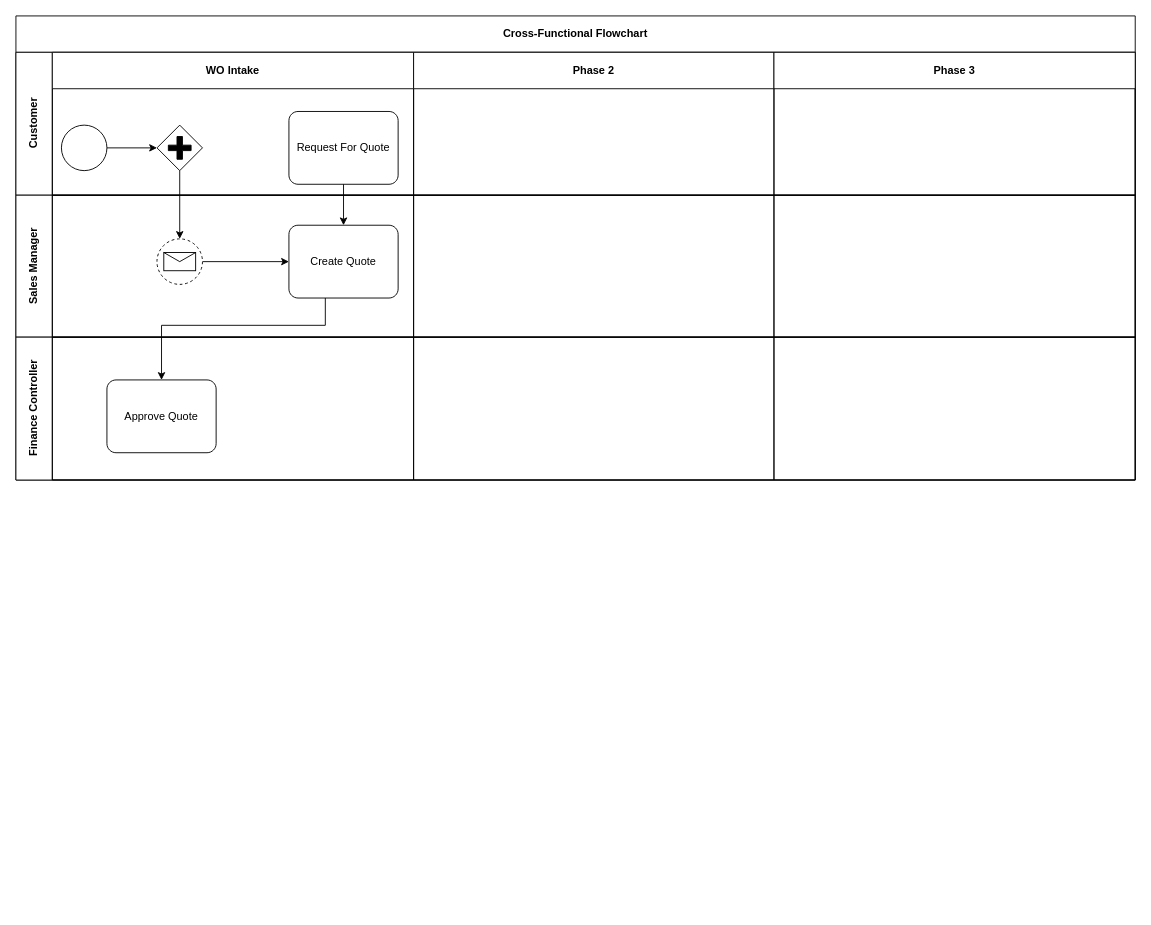
Before: business-process/work-order-2-invoice.drawio in lmnaslimited/vjl, a draw.io diagram. Source tidied: cells renumbered, new cells numbered last; positions are measured from the earlier drawing's top-left corner, leaving out a move shared by most shapes. Both pictures are drawn from the tidied source at 91%, with x=0, y=0 at pixel (15, 15).
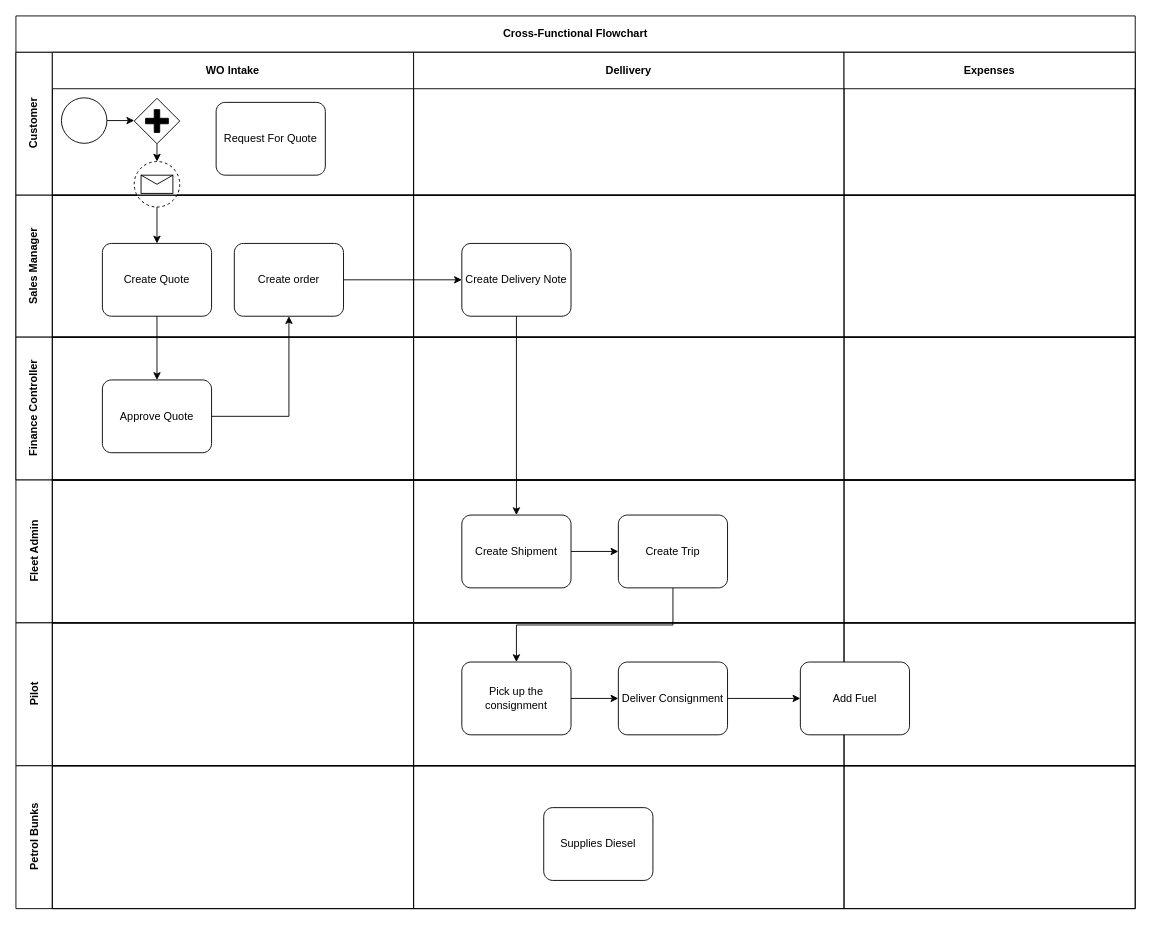
After the change.

Unchanged cells that the change refers to:
```xml
<mxCell id="2" value="Cross-Functional Flowchart" style="shape=table;childLayout=tableLayout;rowLines=0;columnLines=0;startSize=40;html=1;whiteSpace=wrap;fontStyle=1;align=center;" parent="1" vertex="1">
  <mxGeometry width="1230" height="510" as="geometry" />
</mxCell>
<mxCell id="3" value="Customer" style="swimlane;horizontal=0;startSize=40;html=1;whiteSpace=wrap;fontStyle=1;" parent="2" vertex="1">
  <mxGeometry y="40" width="1230" height="157" as="geometry" />
</mxCell>
<mxCell id="4" value="WO Intake" style="swimlane;startSize=40;html=1;whiteSpace=wrap;" parent="3" vertex="1">
  <mxGeometry x="40" width="397" height="157" as="geometry" />
</mxCell>
<mxCell id="11" value="Sales Manager" style="swimlane;horizontal=0;startSize=40;html=1;whiteSpace=wrap;" parent="2" vertex="1">
  <mxGeometry y="197" width="1230" height="156" as="geometry" />
</mxCell>
<mxCell id="12" style="swimlane;startSize=0;html=1;whiteSpace=wrap;" parent="11" vertex="1">
  <mxGeometry x="40" width="397" height="156" as="geometry" />
</mxCell>
<mxCell id="18" value="Finance Controller" style="swimlane;horizontal=0;startSize=40;html=1;whiteSpace=wrap;" parent="2" vertex="1">
  <mxGeometry y="353" width="1230" height="157" as="geometry" />
</mxCell>
<mxCell id="19" style="swimlane;startSize=0;html=1;whiteSpace=wrap;" parent="18" vertex="1">
  <mxGeometry x="40" width="397" height="157" as="geometry" />
</mxCell>
```

The edit, as a diff of the source:
```diff
@@
     <mxCell id="6" style="points=[[0.145,0.145,0],[0.5,0,0],[0.855,0.145,0],[1,0.5,0],[0.855,0.855,0],[0.5,1,0],[0.145,0.855,0],[0,0.5,0]];shape=mxgraph.bpmn.event;html=1;verticalLabelPosition=bottom;labelBackgroundColor=#ffffff;verticalAlign=top;align=center;perimeter=ellipsePerimeter;outlineConnect=0;outline=standard;symbol=general;" parent="4" vertex="1">
-      <mxGeometry x="10" y="80" width="50" height="50" as="geometry" />
+      <mxGeometry x="10" y="50" width="50" height="50" as="geometry" />
     </mxCell>
     <mxCell id="7" style="points=[[0.25,0.25,0],[0.5,0,0],[0.75,0.25,0],[1,0.5,0],[0.75,0.75,0],[0.5,1,0],[0.25,0.75,0],[0,0.5,0]];shape=mxgraph.bpmn.gateway2;html=1;verticalLabelPosition=bottom;labelBackgroundColor=#ffffff;verticalAlign=top;align=center;perimeter=rhombusPerimeter;outlineConnect=0;outline=none;symbol=none;gwType=parallel;" parent="4" vertex="1">
-      <mxGeometry x="115" y="80" width="50" height="50" as="geometry" />
+      <mxGeometry x="90" y="50.5" width="50" height="50" as="geometry" />
     </mxCell>
     <mxCell id="8" value="Request For Quote" style="points=[[0.25,0,0],[0.5,0,0],[0.75,0,0],[1,0.25,0],[1,0.5,0],[1,0.75,0],[0.75,1,0],[0.5,1,0],[0.25,1,0],[0,0.75,0],[0,0.5,0],[0,0.25,0]];shape=mxgraph.bpmn.task;whiteSpace=wrap;rectStyle=rounded;size=10;taskMarker=abstract;" parent="4" vertex="1">
-      <mxGeometry x="260" y="65" width="120" height="80" as="geometry" />
+      <mxGeometry x="180" y="55" width="120" height="80" as="geometry" />
     </mxCell>
+    <mxCell id="14" style="points=[[0.145,0.145,0],[0.5,0,0],[0.855,0.145,0],[1,0.5,0],[0.855,0.855,0],[0.5,1,0],[0.145,0.855,0],[0,0.5,0]];shape=mxgraph.bpmn.event;html=1;verticalLabelPosition=bottom;labelBackgroundColor=#ffffff;verticalAlign=top;align=center;perimeter=ellipsePerimeter;outlineConnect=0;outline=eventNonint;symbol=message;" parent="4" vertex="1">
+      <mxGeometry x="90" y="120" width="50" height="50" as="geometry" />
+    </mxCell>
+    <mxCell id="23" style="edgeStyle=orthogonalEdgeStyle;rounded=0;jettySize=auto;html=1;exitX=0.5;exitY=1;exitDx=0;exitDy=0;exitPerimeter=0;entryX=0.5;entryY=0;entryDx=0;entryDy=0;entryPerimeter=0;" parent="4" edge="1" source="7" target="14">
+      <mxGeometry relative="1" as="geometry" />
+    </mxCell>
-    <mxCell id="9" value="Phase 2" style="swimlane;startSize=40;html=1;whiteSpace=wrap;" parent="3" vertex="1">
-      <mxGeometry x="437" width="396" height="157" as="geometry" />
+    <mxCell id="9" value="Dellivery" style="swimlane;startSize=40;html=1;whiteSpace=wrap;" parent="3" vertex="1">
+      <mxGeometry x="437" width="473" height="157" as="geometry" />
     </mxCell>
-    <mxCell id="10" value="Phase 3" style="swimlane;startSize=40;html=1;whiteSpace=wrap;" parent="3" vertex="1">
-      <mxGeometry x="833" width="397" height="157" as="geometry" />
+    <mxCell id="10" value="Expenses" style="swimlane;startSize=40;html=1;whiteSpace=wrap;" parent="3" vertex="1">
+      <mxGeometry x="910" width="320" height="157" as="geometry" />
     </mxCell>
@@
-    <mxCell id="13" style="edgeStyle=orthogonalEdgeStyle;rounded=0;jettySize=auto;html=1;exitX=1;exitY=0.5;exitDx=0;exitDy=0;exitPerimeter=0;" parent="12" edge="1" source="14" target="15">
-      <mxGeometry relative="1" as="geometry" />
-    </mxCell>
-    <mxCell id="14" style="points=[[0.145,0.145,0],[0.5,0,0],[0.855,0.145,0],[1,0.5,0],[0.855,0.855,0],[0.5,1,0],[0.145,0.855,0],[0,0.5,0]];shape=mxgraph.bpmn.event;html=1;verticalLabelPosition=bottom;labelBackgroundColor=#ffffff;verticalAlign=top;align=center;perimeter=ellipsePerimeter;outlineConnect=0;outline=eventNonint;symbol=message;" parent="12" vertex="1">
-      <mxGeometry x="115" y="48" width="50" height="50" as="geometry" />
-    </mxCell>
     <mxCell id="15" value="Create Quote" style="points=[[0.25,0,0],[0.5,0,0],[0.75,0,0],[1,0.25,0],[1,0.5,0],[1,0.75,0],[0.75,1,0],[0.5,1,0],[0.25,1,0],[0,0.75,0],[0,0.5,0],[0,0.25,0]];shape=mxgraph.bpmn.task;whiteSpace=wrap;rectStyle=rounded;size=10;taskMarker=abstract;" parent="12" vertex="1">
-      <mxGeometry x="260" y="33" width="120" height="80" as="geometry" />
+      <mxGeometry x="55" y="53" width="120" height="80" as="geometry" />
     </mxCell>
+    <mxCell id="26" value="Create order" style="points=[[0.25,0,0],[0.5,0,0],[0.75,0,0],[1,0.25,0],[1,0.5,0],[1,0.75,0],[0.75,1,0],[0.5,1,0],[0.25,1,0],[0,0.75,0],[0,0.5,0],[0,0.25,0]];shape=mxgraph.bpmn.task;whiteSpace=wrap;rectStyle=rounded;size=10;taskMarker=abstract;" parent="12" vertex="1">
+      <mxGeometry x="200" y="53" width="120" height="80" as="geometry" />
+    </mxCell>
     <mxCell id="16" style="swimlane;startSize=0;html=1;whiteSpace=wrap;" parent="11" vertex="1">
-      <mxGeometry x="437" width="396" height="156" as="geometry" />
+      <mxGeometry x="437" width="473" height="156" as="geometry" />
     </mxCell>
+    <mxCell id="27" value="Create Delivery Note" style="points=[[0.25,0,0],[0.5,0,0],[0.75,0,0],[1,0.25,0],[1,0.5,0],[1,0.75,0],[0.75,1,0],[0.5,1,0],[0.25,1,0],[0,0.75,0],[0,0.5,0],[0,0.25,0]];shape=mxgraph.bpmn.task;whiteSpace=wrap;rectStyle=rounded;size=10;taskMarker=abstract;" parent="16" vertex="1">
+      <mxGeometry x="53" y="53" width="120" height="80" as="geometry" />
+    </mxCell>
     <mxCell id="17" style="swimlane;startSize=0;html=1;whiteSpace=wrap;" parent="11" vertex="1">
-      <mxGeometry x="833" width="397" height="156" as="geometry" />
+      <mxGeometry x="910" width="320" height="156" as="geometry" />
     </mxCell>
+    <mxCell id="28" style="edgeStyle=orthogonalEdgeStyle;rounded=0;jettySize=auto;html=1;" parent="11" edge="1" source="26" target="27">
+      <mxGeometry relative="1" as="geometry" />
+    </mxCell>
@@
     <mxCell id="20" value="Approve Quote" style="points=[[0.25,0,0],[0.5,0,0],[0.75,0,0],[1,0.25,0],[1,0.5,0],[1,0.75,0],[0.75,1,0],[0.5,1,0],[0.25,1,0],[0,0.75,0],[0,0.5,0],[0,0.25,0]];shape=mxgraph.bpmn.task;whiteSpace=wrap;rectStyle=rounded;size=10;taskMarker=abstract;" parent="19" vertex="1">
-      <mxGeometry x="60" y="47" width="120" height="80" as="geometry" />
+      <mxGeometry x="55" y="47" width="120" height="80" as="geometry" />
     </mxCell>
     <mxCell id="21" style="swimlane;startSize=0;html=1;whiteSpace=wrap;" parent="18" vertex="1">
-      <mxGeometry x="437" width="396" height="157" as="geometry" />
+      <mxGeometry x="437" width="473" height="157" as="geometry" />
     </mxCell>
     <mxCell id="22" style="swimlane;startSize=0;html=1;whiteSpace=wrap;" parent="18" vertex="1">
-      <mxGeometry x="833" width="397" height="157" as="geometry" />
+      <mxGeometry x="910" width="320" height="157" as="geometry" />
     </mxCell>
-    <mxCell id="23" style="edgeStyle=orthogonalEdgeStyle;rounded=0;jettySize=auto;html=1;exitX=0.5;exitY=1;exitDx=0;exitDy=0;exitPerimeter=0;entryX=0.5;entryY=0;entryDx=0;entryDy=0;entryPerimeter=0;" parent="2" edge="1" source="7" target="14">
-      <mxGeometry relative="1" as="geometry" />
-    </mxCell>
-    <mxCell id="24" style="edgeStyle=orthogonalEdgeStyle;rounded=0;jettySize=auto;html=1;" parent="2" edge="1" source="8" target="15">
-      <mxGeometry relative="1" as="geometry" />
-    </mxCell>
+    <mxCell id="29" style="edgeStyle=orthogonalEdgeStyle;rounded=0;jettySize=auto;html=1;" parent="2" edge="1" source="20" target="26">
+      <mxGeometry relative="1" as="geometry" />
+    </mxCell>
-    <mxCell id="25" style="edgeStyle=orthogonalEdgeStyle;rounded=0;jettySize=auto;html=1;" parent="2" edge="1" source="15" target="20">
-      <mxGeometry relative="1" as="geometry">
-        <Array as="points">
-          <mxPoint x="340" y="340" />
-          <mxPoint x="160" y="340" />
-        </Array>
-      </mxGeometry>
+    <mxCell id="25" style="edgeStyle=orthogonalEdgeStyle;rounded=0;jettySize=auto;html=1;exitX=0.5;exitY=1;exitDx=0;exitDy=0;exitPerimeter=0;entryX=0.5;entryY=0;entryDx=0;entryDy=0;entryPerimeter=0;" parent="2" edge="1" source="15" target="20">
+      <mxGeometry relative="1" as="geometry" />
     </mxCell>
+    <mxCell id="13" style="edgeStyle=orthogonalEdgeStyle;rounded=0;jettySize=auto;html=1;exitX=0.5;exitY=1;exitDx=0;exitDy=0;exitPerimeter=0;entryX=0.5;entryY=0;entryDx=0;entryDy=0;entryPerimeter=0;" parent="2" edge="1" source="14" target="15">
+      <mxGeometry relative="1" as="geometry" />
+    </mxCell>
+    <mxCell id="30" value="Fleet Admin" style="swimlane;horizontal=0;startSize=40;html=1;whiteSpace=wrap;" parent="1" vertex="1">
+      <mxGeometry y="510" width="1230" height="157" as="geometry" />
+    </mxCell>
+    <mxCell id="31" style="swimlane;startSize=0;html=1;whiteSpace=wrap;" parent="30" vertex="1">
+      <mxGeometry x="40" width="397" height="157" as="geometry" />
+    </mxCell>
+    <mxCell id="32" style="swimlane;startSize=0;html=1;whiteSpace=wrap;" parent="30" vertex="1">
+      <mxGeometry x="437" width="473" height="157" as="geometry" />
+    </mxCell>
+    <mxCell id="33" value="Create Shipment" style="points=[[0.25,0,0],[0.5,0,0],[0.75,0,0],[1,0.25,0],[1,0.5,0],[1,0.75,0],[0.75,1,0],[0.5,1,0],[0.25,1,0],[0,0.75,0],[0,0.5,0],[0,0.25,0]];shape=mxgraph.bpmn.task;whiteSpace=wrap;rectStyle=rounded;size=10;taskMarker=abstract;" parent="32" vertex="1">
+      <mxGeometry x="53" y="38.5" width="120" height="80" as="geometry" />
+    </mxCell>
+    <mxCell id="34" style="swimlane;startSize=0;html=1;whiteSpace=wrap;" parent="30" vertex="1">
+      <mxGeometry x="910" width="320" height="157" as="geometry" />
+    </mxCell>
+    <mxCell id="35" style="edgeStyle=orthogonalEdgeStyle;rounded=0;jettySize=auto;html=1;exitX=0.5;exitY=1;exitDx=0;exitDy=0;exitPerimeter=0;entryX=0.5;entryY=0;entryDx=0;entryDy=0;entryPerimeter=0;" parent="1" edge="1" source="27" target="33">
+      <mxGeometry relative="1" as="geometry" />
+    </mxCell>
+    <mxCell id="36" style="edgeStyle=orthogonalEdgeStyle;rounded=0;jettySize=auto;html=1;exitX=0.5;exitY=1;exitDx=0;exitDy=0;exitPerimeter=0;entryX=0.5;entryY=0;entryDx=0;entryDy=0;entryPerimeter=0;" parent="1" edge="1" source="37" target="42">
+      <mxGeometry relative="1" as="geometry" />
+    </mxCell>
+    <mxCell id="37" value="Create Trip" style="points=[[0.25,0,0],[0.5,0,0],[0.75,0,0],[1,0.25,0],[1,0.5,0],[1,0.75,0],[0.75,1,0],[0.5,1,0],[0.25,1,0],[0,0.75,0],[0,0.5,0],[0,0.25,0]];shape=mxgraph.bpmn.task;whiteSpace=wrap;rectStyle=rounded;size=10;taskMarker=abstract;" parent="1" vertex="1">
+      <mxGeometry x="662" y="548.5" width="120" height="80" as="geometry" />
+    </mxCell>
+    <mxCell id="38" style="edgeStyle=orthogonalEdgeStyle;rounded=0;jettySize=auto;html=1;" parent="1" edge="1" source="33" target="37">
+      <mxGeometry relative="1" as="geometry" />
+    </mxCell>
+    <mxCell id="39" value="Pilot" style="swimlane;horizontal=0;startSize=40;html=1;whiteSpace=wrap;" parent="1" vertex="1">
+      <mxGeometry y="667" width="1230" height="157" as="geometry" />
+    </mxCell>
+    <mxCell id="40" style="swimlane;startSize=0;html=1;whiteSpace=wrap;" parent="39" vertex="1">
+      <mxGeometry x="40" width="397" height="157" as="geometry" />
+    </mxCell>
+    <mxCell id="41" style="swimlane;startSize=0;html=1;whiteSpace=wrap;" parent="39" vertex="1">
+      <mxGeometry x="437" width="473" height="157" as="geometry" />
+    </mxCell>
+    <mxCell id="42" value="Pick up the consignment" style="points=[[0.25,0,0],[0.5,0,0],[0.75,0,0],[1,0.25,0],[1,0.5,0],[1,0.75,0],[0.75,1,0],[0.5,1,0],[0.25,1,0],[0,0.75,0],[0,0.5,0],[0,0.25,0]];shape=mxgraph.bpmn.task;whiteSpace=wrap;rectStyle=rounded;size=10;taskMarker=abstract;" parent="41" vertex="1">
+      <mxGeometry x="53" y="43" width="120" height="80" as="geometry" />
+    </mxCell>
+    <mxCell id="43" style="swimlane;startSize=0;html=1;whiteSpace=wrap;" parent="39" vertex="1">
+      <mxGeometry x="910" width="320" height="157" as="geometry" />
+    </mxCell>
+    <mxCell id="44" style="edgeStyle=orthogonalEdgeStyle;rounded=0;jettySize=auto;html=1;" parent="1" edge="1" source="45" target="47">
+      <mxGeometry relative="1" as="geometry" />
+    </mxCell>
+    <mxCell id="45" value="Deliver Consignment" style="points=[[0.25,0,0],[0.5,0,0],[0.75,0,0],[1,0.25,0],[1,0.5,0],[1,0.75,0],[0.75,1,0],[0.5,1,0],[0.25,1,0],[0,0.75,0],[0,0.5,0],[0,0.25,0]];shape=mxgraph.bpmn.task;whiteSpace=wrap;rectStyle=rounded;size=10;taskMarker=abstract;" parent="1" vertex="1">
+      <mxGeometry x="662" y="710" width="120" height="80" as="geometry" />
+    </mxCell>
+    <mxCell id="46" style="edgeStyle=orthogonalEdgeStyle;rounded=0;jettySize=auto;html=1;" parent="1" edge="1" source="42" target="45">
+      <mxGeometry relative="1" as="geometry" />
+    </mxCell>
+    <mxCell id="47" value="Add Fuel" style="points=[[0.25,0,0],[0.5,0,0],[0.75,0,0],[1,0.25,0],[1,0.5,0],[1,0.75,0],[0.75,1,0],[0.5,1,0],[0.25,1,0],[0,0.75,0],[0,0.5,0],[0,0.25,0]];shape=mxgraph.bpmn.task;whiteSpace=wrap;rectStyle=rounded;size=10;taskMarker=abstract;" parent="1" vertex="1">
+      <mxGeometry x="862" y="710" width="120" height="80" as="geometry" />
+    </mxCell>
+    <mxCell id="48" value="Petrol Bunks" style="swimlane;horizontal=0;startSize=40;html=1;whiteSpace=wrap;" parent="1" vertex="1">
+      <mxGeometry y="824" width="1230" height="157" as="geometry" />
+    </mxCell>
+    <mxCell id="49" style="swimlane;startSize=0;html=1;whiteSpace=wrap;" parent="48" vertex="1">
+      <mxGeometry x="40" width="397" height="157" as="geometry" />
+    </mxCell>
+    <mxCell id="50" style="swimlane;startSize=0;html=1;whiteSpace=wrap;" parent="48" vertex="1">
+      <mxGeometry x="437" width="473" height="157" as="geometry" />
+    </mxCell>
+    <mxCell id="51" value="Supplies Diesel" style="shape=mxgraph.bpmn.task;whiteSpace=wrap;rectStyle=rounded;size=10;taskMarker=abstract;" parent="50" vertex="1">
+      <mxGeometry x="143" y="46" width="120" height="80" as="geometry" />
+    </mxCell>
+    <mxCell id="52" style="swimlane;startSize=0;html=1;whiteSpace=wrap;" parent="48" vertex="1">
+      <mxGeometry x="910" width="320" height="157" as="geometry" />
+    </mxCell>
```
